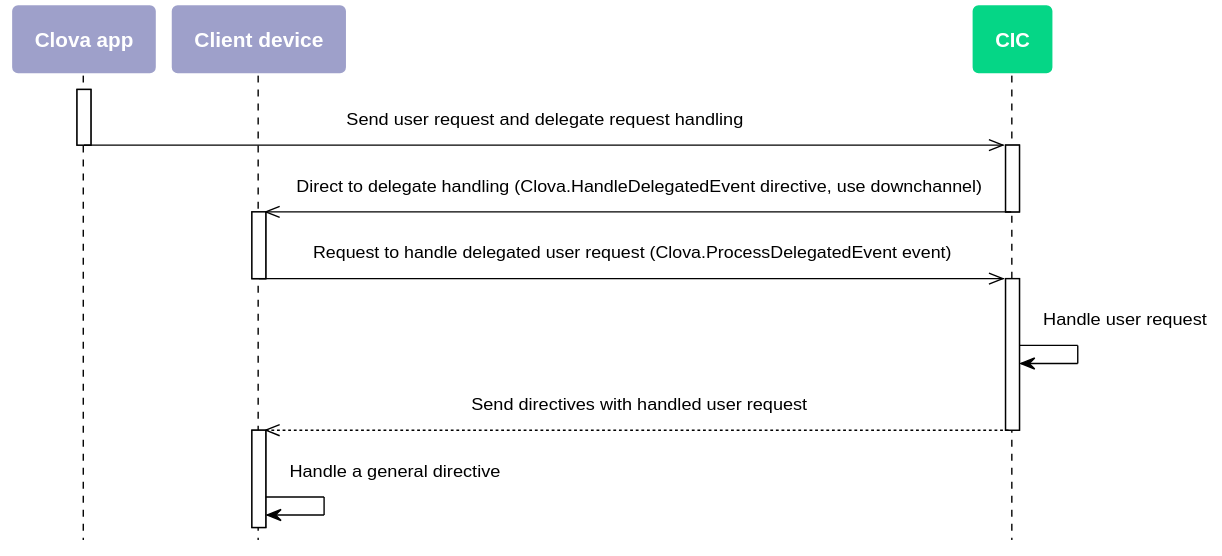
Before: en-KR/Develop/Assets/Images/CIC_Handle_Event_Delegation.svg, a diagram exported from PlantUML (muchokwon/clova-client-developer-guide).
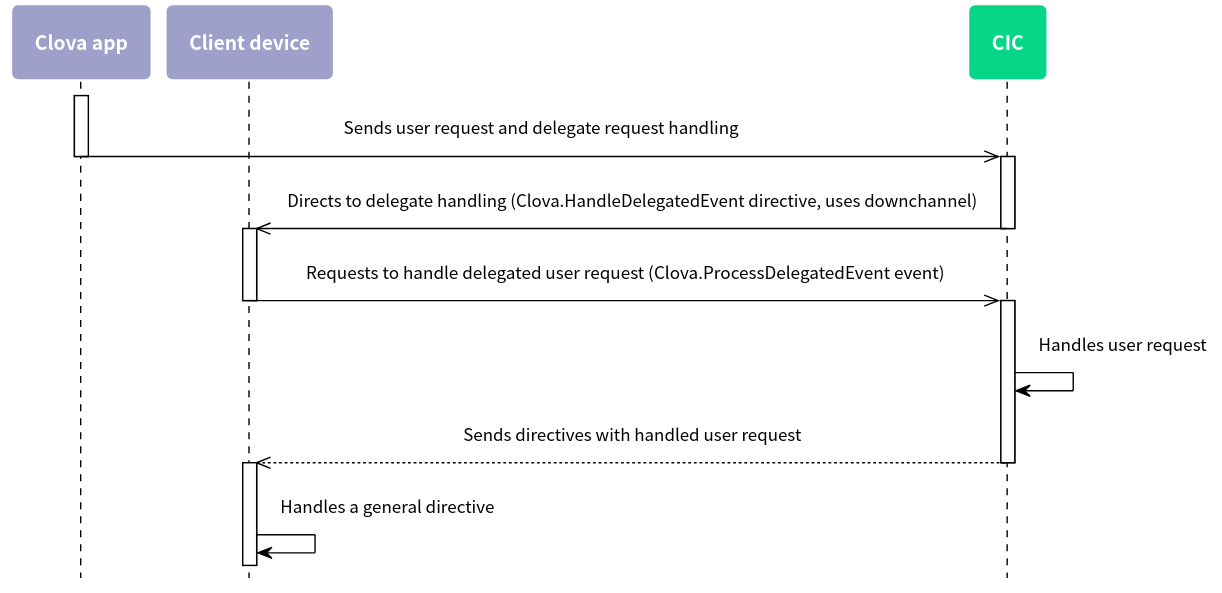
Above is the later version.

What changed in the source:
```diff
@@ -5,60 +5,78 @@
 skinparam roundcorner 10
 skinparam padding 10
 skinparam defaultFontSize 12
+skinparam defaultFontName "Noto Sans CJK KR"
+
+skinparam note {
+  BackgroundColor #9EA0CA
+  BorderColor #ffffff
+  FontColor #ffffff
+  FontSize 14
+  FontStyle bold
+}
+
 skinparam sequence {
-	ArrowColor #000000
-	ActorBorderColor #000000
-	ActorFontStyle Bolder
+  ArrowColor #000000
+  ActorBorderColor #000000
+  ActorFontStyle Bolder
 
-	LifeLineBorderColor #000000
-	LifeLineBackgroundColor transparent
-	ParticipantBorderColor transparent
-	ParticipantFontSize 14
-	ParticipantFontColor #ffffff
-	ParticipantFontStyle bold
 
-	BoxBorderColor #000000
-	BoxFontColor #ffffff
+  LifeLineBorderColor #000000
+  LifeLineBackgroundColor transparent
+  ParticipantBorderColor transparent
+  ParticipantFontSize 14
+  ParticipantFontColor #ffffff
+  ParticipantFontStyle bold
+
+  BoxBorderColor #000000
+  BoxFontColor #ffffff
     BoxFontSize 14
     BoxFontStyle bold
 }
-skinparam note {
-	BackgroundColor #9EA0CA
-	BorderColor #ffffff
-	FontColor #ffffff
-	FontSize 14
-	FontStyle bold
+hide footbox
+
+skinparam activity {
+  BackgroundColor #9EA0CA
+  BarColor #ffffff
+  BorderColor #ffffff
+  DiamondBackgroundColor #05D686
+  DiamondBorderColor #ffffff
+  DiamondFontColor #ffffff
+  DiamondFontSize 14
+  DiamondFontStyle bold
+  FontColor #ffffff
+  FontSize 14
+  FontStyle bold
 }
-hide footbox
 
 participant "Clova app" as ca #9EA0CA
 participant "Client device" as cli #9EA0CA
 participant CIC as cic #05D686
 
 activate ca
-  ca ->> cic : Send user request and delegate request handling
+  ca ->> cic : Sends user request and delegate request handling
 deactivate ca
 
 activate cic
 
-  cic ->> cli : Direct to delegate handling (Clova.HandleDelegatedEvent directive, use downchannel)
+  cic ->> cli : Directs to delegate handling (Clova.HandleDelegatedEvent directive, uses downchannel)
 
 deactivate cic
 
 activate cli
 
-  cli ->> cic : Request to handle delegated user request (Clova.ProcessDelegatedEvent event)
+  cli ->> cic : Requests to handle delegated user request (Clova.ProcessDelegatedEvent event)
 
 deactivate cli
 
 activate cic
 
-  cic -> cic : Handle user request
-  cic -->> cli : Send directives with handled user request
+  cic -> cic : Handles user request
+  cic -->> cli : Sends directives with handled user request
 
 deactivate cic
 
 activate cli
-  cli -> cli : Handle a general directive
+  cli -> cli : Handles a general directive
 
 @enduml
```
